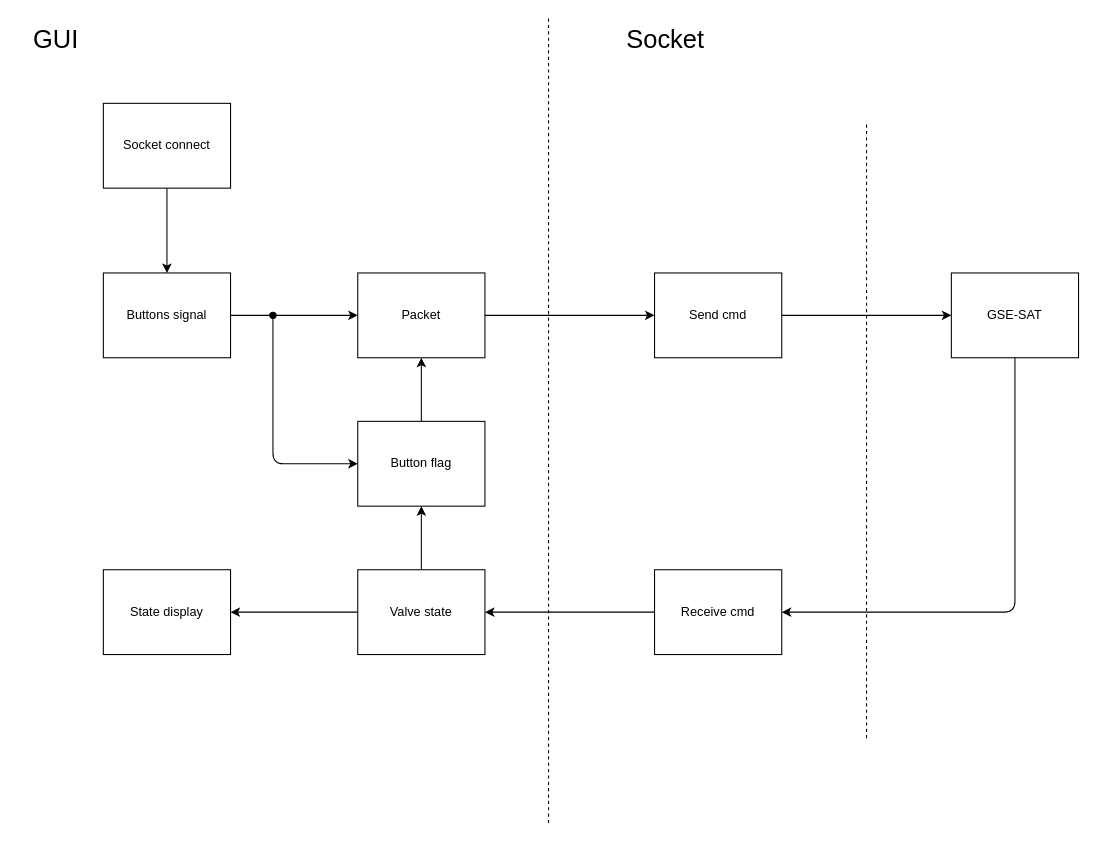
This is gse_con_sequence.drawio from UEC-wings/GSE-CON, a draw.io file, before an edit. Source tidied: cells renumbered, new cells numbered last; positions are measured from the earlier drawing's top-left corner, leaving out a move shared by most shapes. Both pictures are drawn from the tidied source at 106%, with x=0, y=0 at pixel (18, 18).
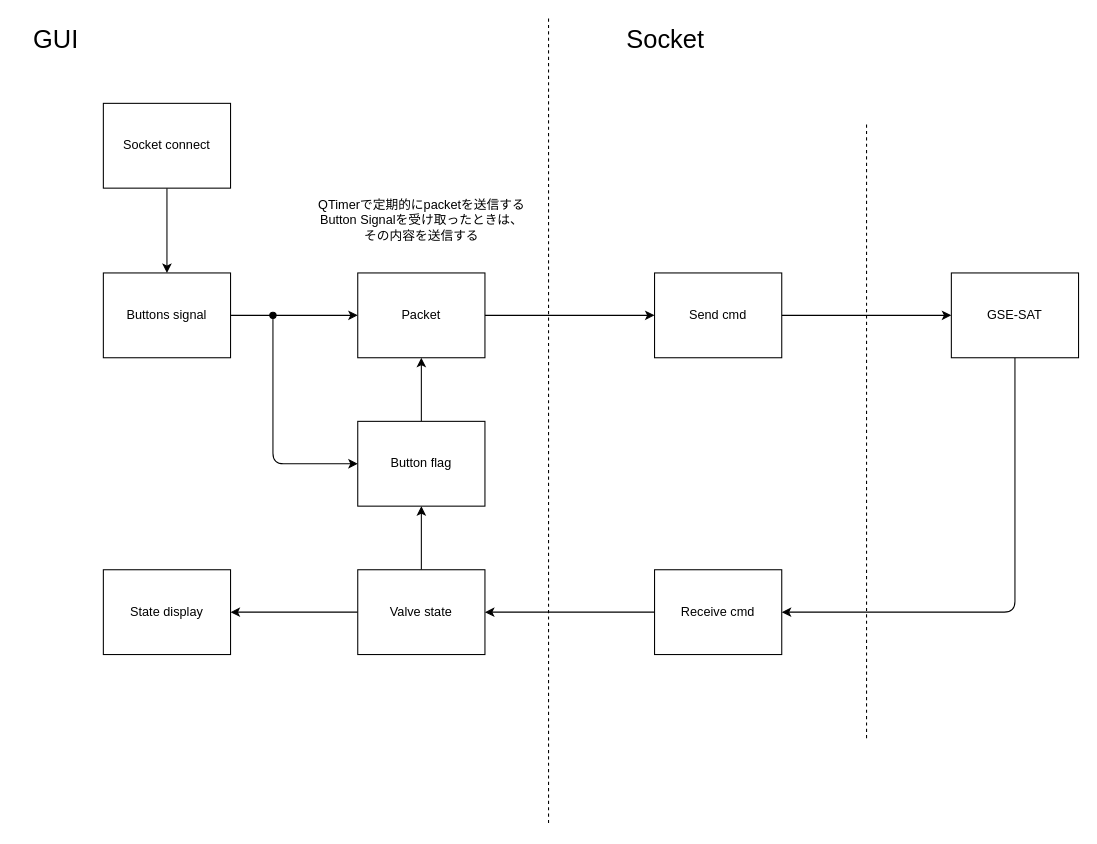
The same diagram, later.

The edit, as a diff of the source:
```diff
@@
+    <mxCell id="25" value="QTimerで定期的にpacketを送信する&lt;div&gt;Button Signalを受け取ったときは、&lt;/div&gt;&lt;div&gt;その内容を送信する&lt;/div&gt;" style="text;html=1;align=center;verticalAlign=middle;strokeColor=none;fillColor=none;" parent="1" vertex="1">
+      <mxGeometry x="270" y="160" width="220" height="60" as="geometry" />
+    </mxCell>
```
